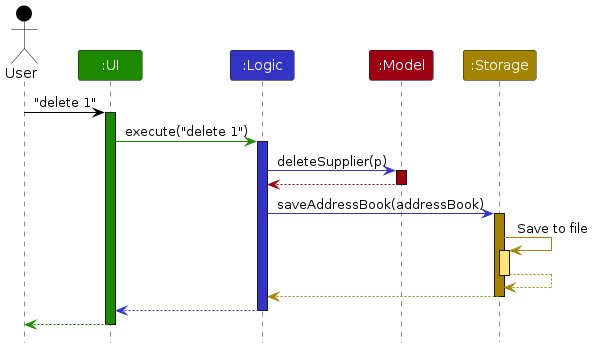
Earlier version of the PlantUML export diagrams/ArchitectureSequenceDiagram.png (AY2425S1-CS2103T-T17-3/tp). Its source is kept beside it as diagrams/ArchitectureSequenceDiagram.puml. The source it was exported from:
```plantuml
@startuml
!include style.puml
skinparam ArrowFontStyle plain

Actor User as user USER_COLOR
Participant ":UI" as ui UI_COLOR
Participant ":Logic" as logic LOGIC_COLOR
Participant ":Model" as model MODEL_COLOR
Participant ":Storage" as storage STORAGE_COLOR

user -[USER_COLOR]> ui : "delete 1"
activate ui UI_COLOR

ui -[UI_COLOR]> logic : execute("delete 1")
activate logic LOGIC_COLOR

logic -[LOGIC_COLOR]> model : deleteSupplier(p)
activate model MODEL_COLOR

model -[MODEL_COLOR]-> logic
deactivate model

logic -[LOGIC_COLOR]> storage : saveAddressBook(addressBook)
activate storage STORAGE_COLOR

storage -[STORAGE_COLOR]> storage : Save to file
activate storage STORAGE_COLOR_T1
storage --[STORAGE_COLOR]> storage
deactivate storage

storage --[STORAGE_COLOR]> logic
deactivate storage

logic --[LOGIC_COLOR]> ui
deactivate logic

ui--[UI_COLOR]> user
deactivate ui
@enduml
```
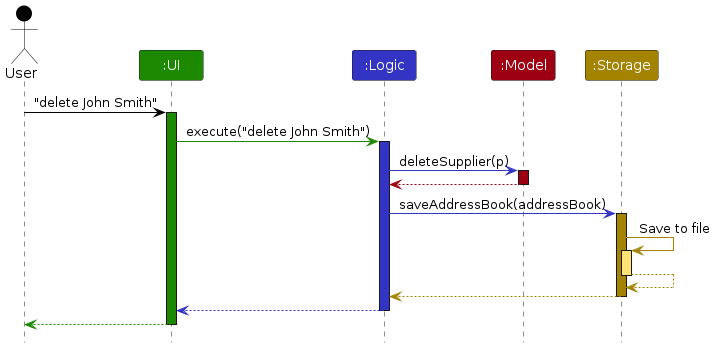
Later version of the same file.

Change to the diagram source:
```diff
@@ -8,10 +8,10 @@
 Participant ":Model" as model MODEL_COLOR
 Participant ":Storage" as storage STORAGE_COLOR
 
-user -[USER_COLOR]> ui : "delete 1"
+user -[USER_COLOR]> ui : "delete John Smith"
 activate ui UI_COLOR
 
-ui -[UI_COLOR]> logic : execute("delete 1")
+ui -[UI_COLOR]> logic : execute("delete John Smith")
 activate logic LOGIC_COLOR
 
 logic -[LOGIC_COLOR]> model : deleteSupplier(p)
```
